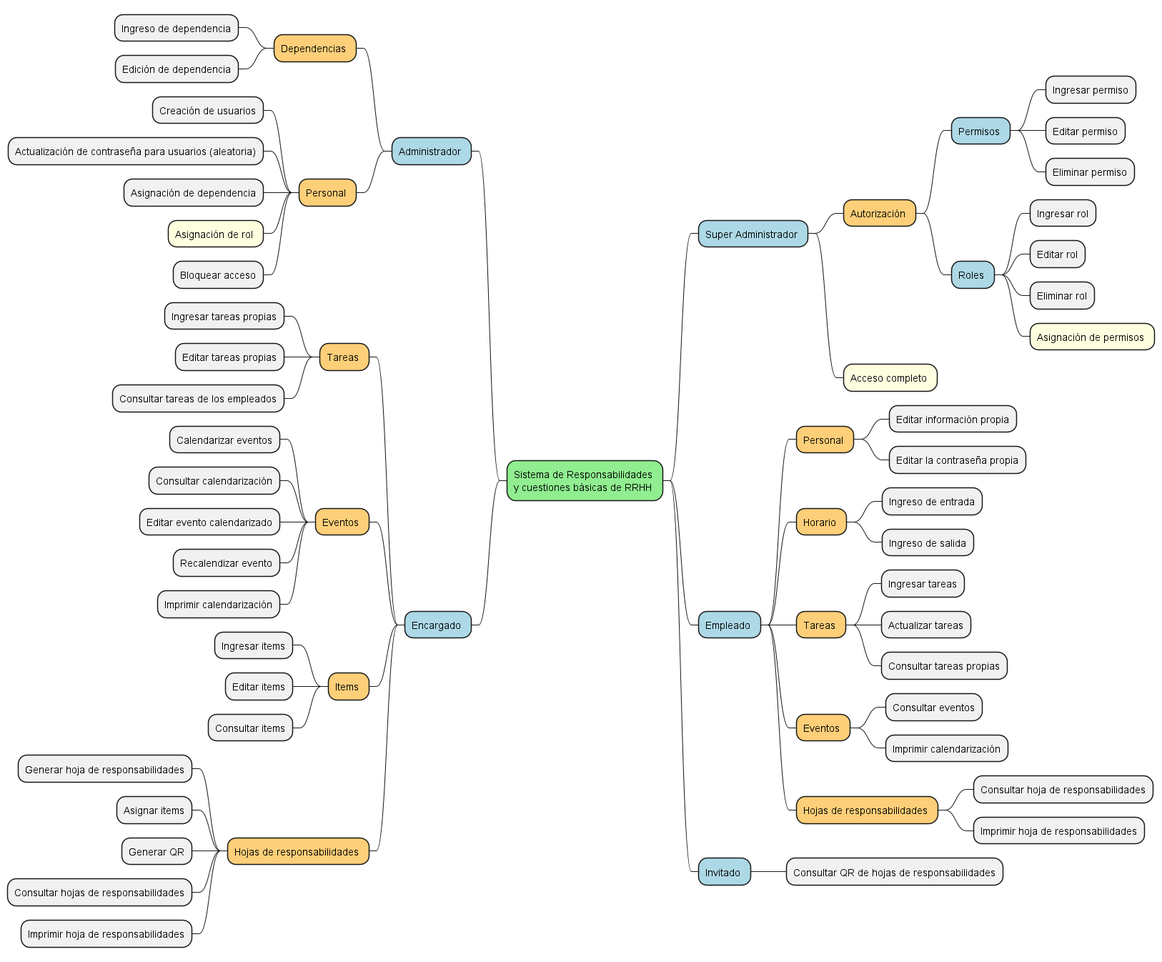
This is out/docs/Contexts - Rev 1/DC 2 - Planteamiento inicial/Diagrama de contexto 2 - Planteamiento general.png from JuanVicGT/Responsabilidades, a PlantUML export, as it was before one commit. Source of this version:
```plantuml
@startmindmap "Diagrama de contexto 2 - Planteamiento general"

<style>
mindmapDiagram {
    .green {
        BackgroundColor lightgreen
    }
    .rose {
        BackgroundColor #FFBBCC
    }
    .blue {
        BackgroundColor lightblue
    }
    .yellow {
        BackgroundColor lightyellow
    }
    .orange {
        BackgroundColor #FECF79
    }
    .white {
        BackgroundColor white
    }
}
</style>

* Sistema de Responsabilidades \ny cuestiones básicas de RRHH <<green>>


++ Super Administrador <<blue>>
+++ Autorización <<orange>>
++++ Permisos <<blue>>
+++++ Ingresar permiso
+++++ Editar permiso
+++++ Eliminar permiso
++++ Roles <<blue>>
+++++ Ingresar rol
+++++ Editar rol
+++++ Eliminar rol
+++++ Asignación de permisos <<yellow>>
+++ Acceso completo <<yellow>>
++ Empleado <<blue>>
+++ Personal <<orange>>
++++ Editar información propia
++++ Editar la contraseña propia
+++ Horario <<orange>>
++++ Ingreso de entrada
++++ Ingreso de salida
+++ Tareas <<orange>>
++++ Ingresar tareas
++++ Actualizar tareas
++++ Consultar tareas propias
+++ Eventos <<orange>>
++++ Consultar eventos
++++ Imprimir calendarización
+++ Hojas de responsabilidades <<orange>>
++++ Consultar hoja de responsabilidades
++++ Imprimir hoja de responsabilidades

++ Invitado <<blue>>
+++ Consultar QR de hojas de responsabilidades

left side

-- Administrador <<blue>>
--- Dependencias <<orange>>
---- Ingreso de dependencia
---- Edición de dependencia
--- Personal <<orange>>
---- Creación de usuarios
---- Actualización de contraseña para usuarios (aleatoria)
---- Asignación de dependencia
---- Asignación de rol <<yellow>>
---- Bloquear acceso
-- Encargado <<blue>>
--- Tareas <<orange>>
---- Ingresar tareas propias
---- Editar tareas propias
---- Consultar tareas de los empleados
--- Eventos <<orange>>
---- Calendarizar eventos
---- Consultar calendarización
---- Editar evento calendarizado
---- Recalendizar evento
---- Imprimir calendarización
--- Items <<orange>>
---- Ingresar items
---- Editar items
---- Consultar items
--- Hojas de responsabilidades <<orange>>
---- Generar hoja de responsabilidades
---- Asignar items
---- Generar QR
---- Consultar hojas de responsabilidades
---- Imprimir hoja de responsabilidades
@endmindmap
```
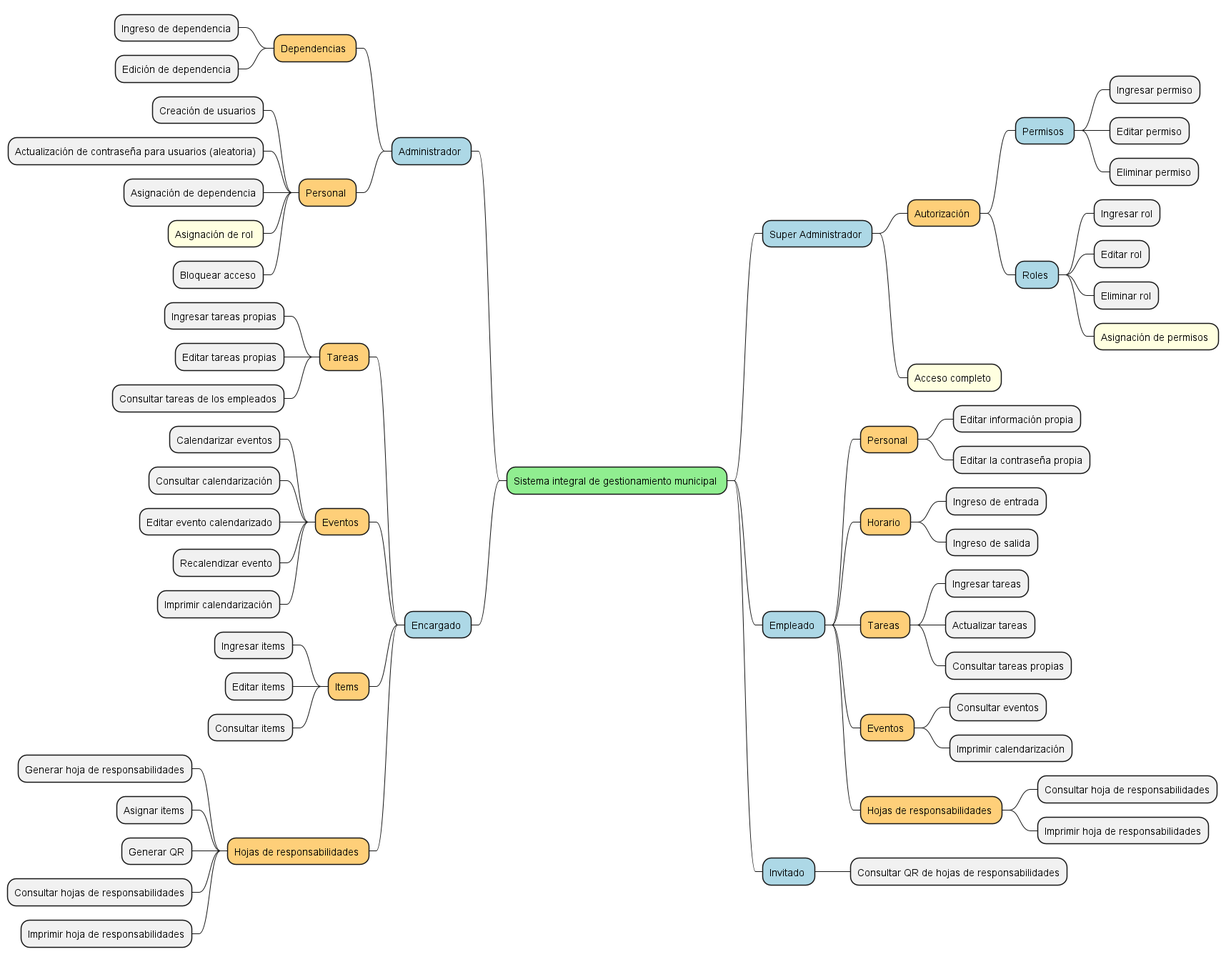
Later version of the same file.

Change to the diagram source:
```diff
@@ -23,7 +23,7 @@
 }
 </style>
 
-* Sistema de Responsabilidades \ny cuestiones básicas de RRHH <<green>>
+* Sistema integral de gestionamiento municipal <<green>>
 
 
 ++ Super Administrador <<blue>>
```
